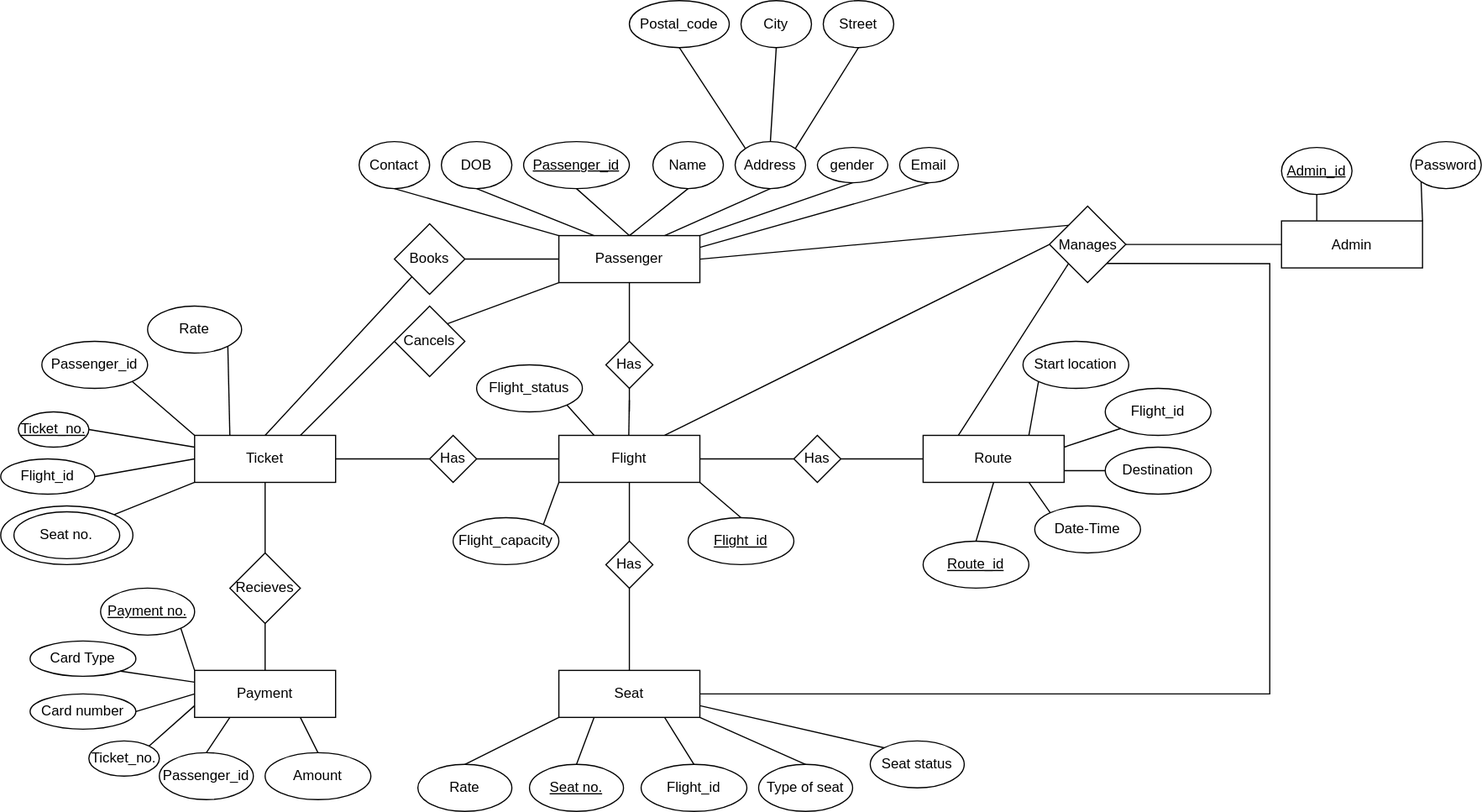
The draw.io diagram Diagrams/ER diagram.svg in sh7vashrestha/AirlineManagementSystem, before a commit. Source tidied: cells renumbered, new cells last; positions are measured from the earlier drawing's top-left corner, leaving out a move shared by most shapes.
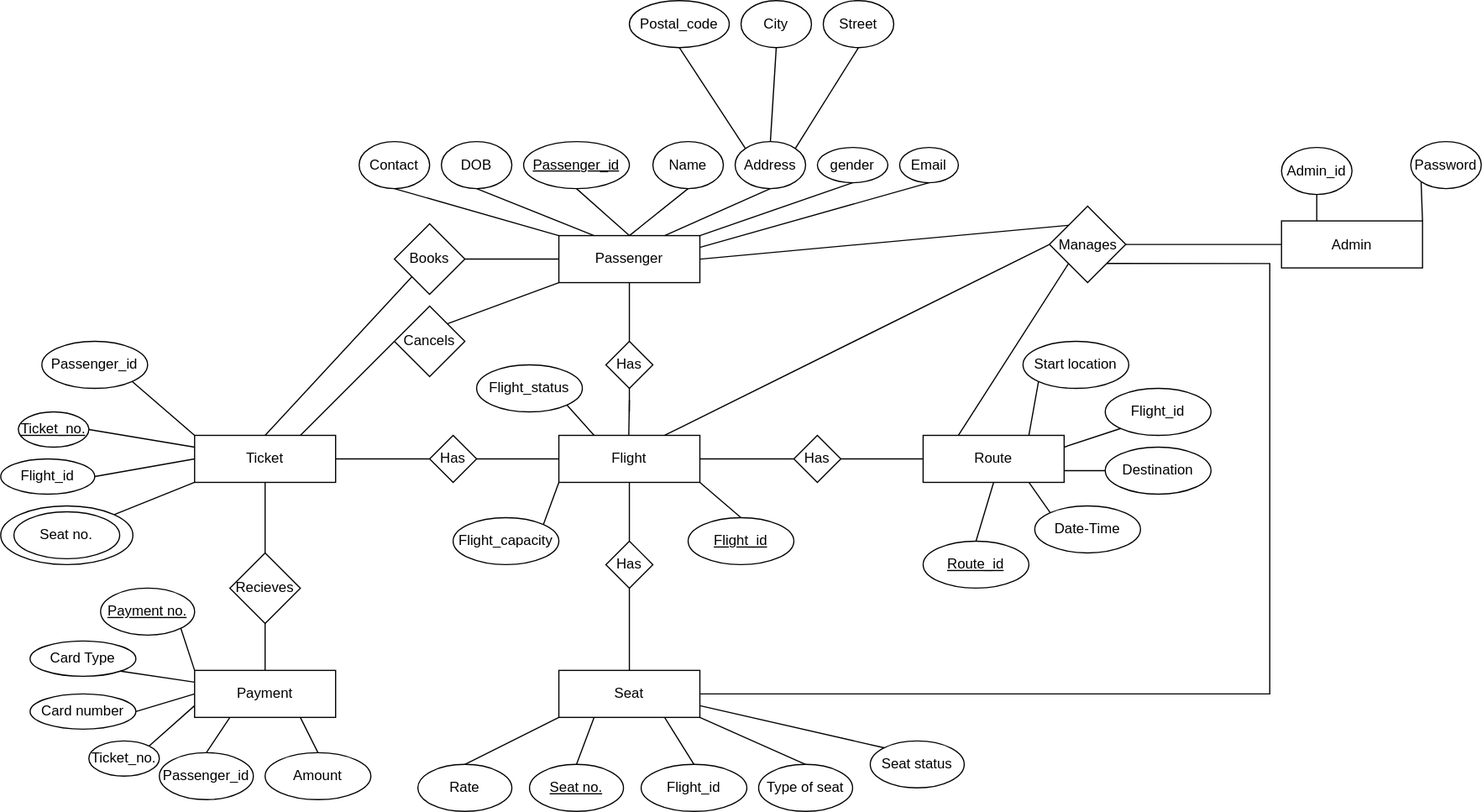
After the commit.

Diff of the diagram source:
```diff
@@ -129,9 +129,6 @@
     <mxCell id="41" value="Flight_id" style="ellipse;whiteSpace=wrap;html=1;rounded=0;" parent="1" vertex="1">
       <mxGeometry y="390" width="80" height="30" as="geometry" />
     </mxCell>
-    <mxCell id="42" value="Rate" style="ellipse;whiteSpace=wrap;html=1;rounded=0;" parent="1" vertex="1">
-      <mxGeometry x="125" y="260" width="80" height="40" as="geometry" />
-    </mxCell>
     <mxCell id="43" style="endArrow=none;html=1;rounded=0;entryX=0;entryY=1;entryDx=0;entryDy=0;exitX=1;exitY=0;exitDx=0;exitDy=0;" parent="1" edge="1" source="104" target="5">
       <mxGeometry relative="1" as="geometry" />
     </mxCell>
@@ -144,9 +141,6 @@
     <mxCell id="46" style="endArrow=none;html=1;rounded=0;entryX=1;entryY=1;entryDx=0;entryDy=0;exitX=0;exitY=0;exitDx=0;exitDy=0;" parent="1" edge="1" source="5" target="39">
       <mxGeometry relative="1" as="geometry" />
     </mxCell>
-    <mxCell id="47" style="endArrow=none;html=1;rounded=0;exitX=1;exitY=1;exitDx=0;exitDy=0;entryX=0.25;entryY=0;entryDx=0;entryDy=0;" parent="1" edge="1" source="42" target="5">
-      <mxGeometry relative="1" as="geometry" />
-    </mxCell>
     <mxCell id="48" value="Has" style="rhombus;whiteSpace=wrap;html=1;rounded=0;" parent="1" vertex="1">
       <mxGeometry x="515" y="460" width="40" height="40" as="geometry" />
     </mxCell>
@@ -282,7 +276,7 @@
     <mxCell id="92" style="endArrow=none;html=1;rounded=0;sketch=0;curved=0;entryX=0;entryY=0;entryDx=0;entryDy=0;exitX=1;exitY=0.5;exitDx=0;exitDy=0;" parent="1" edge="1" source="2" target="88">
       <mxGeometry relative="1" as="geometry" />
     </mxCell>
-    <mxCell id="93" value="&lt;u&gt;Admin_id&lt;/u&gt;" style="ellipse;whiteSpace=wrap;html=1;rounded=0;" parent="1" vertex="1">
+    <mxCell id="93" value="Admin_id" style="ellipse;whiteSpace=wrap;html=1;rounded=0;" parent="1" vertex="1">
       <mxGeometry x="1090" y="125" width="60" height="40" as="geometry" />
     </mxCell>
     <mxCell id="94" value="Password" style="ellipse;whiteSpace=wrap;html=1;rounded=0;" parent="1" vertex="1">
```
